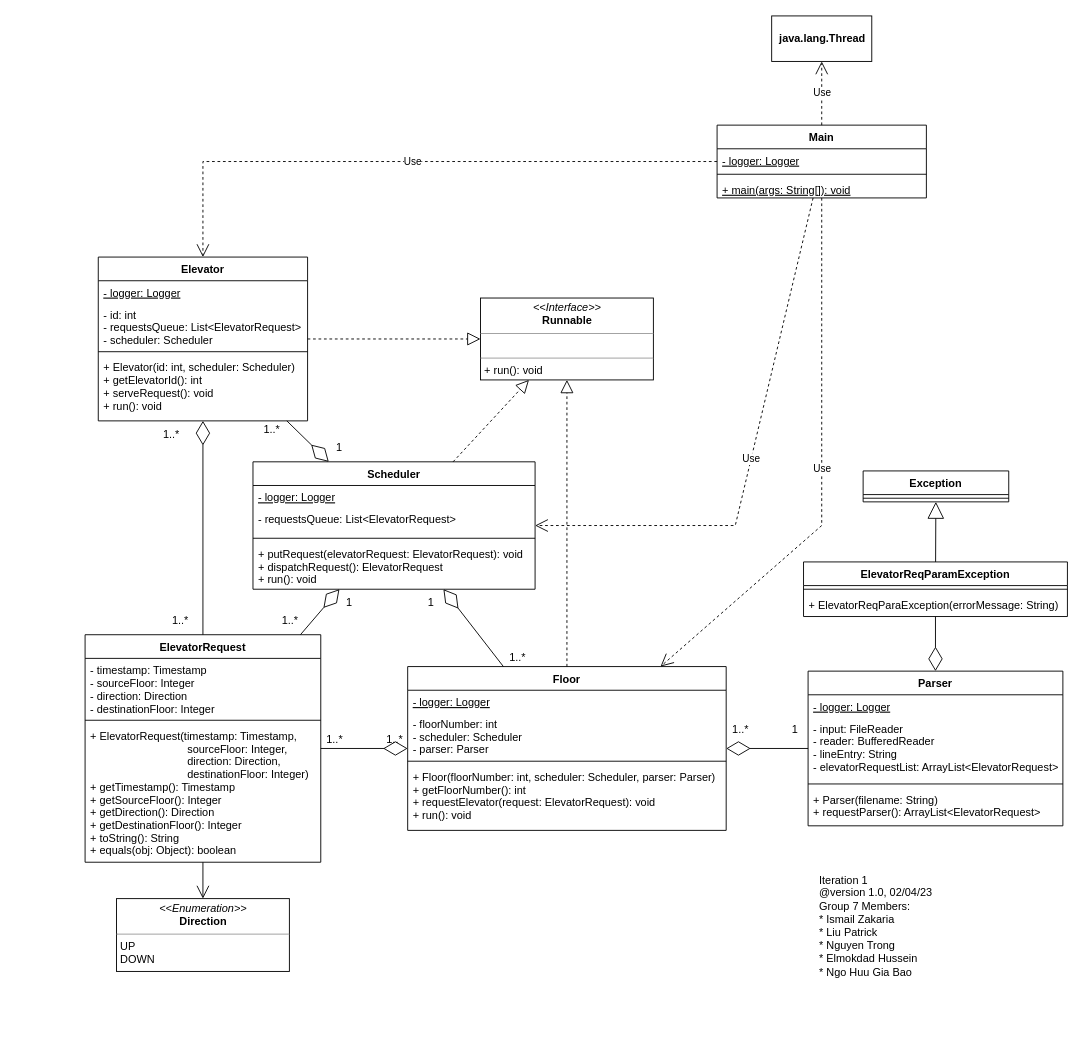
Above: page "class" (1 of 2) of documentation/P1-UML.drawio in bobbyngo/Elevator-Control-System-And-Simulator (draw.io), before the change. Source tidied: cells renumbered, new cells numbered last; positions are measured from the earlier drawing's top-left corner, leaving out a move shared by most shapes. Both pictures are drawn from the tidied source at 91%, with x=0, y=0 at pixel (85, 15).
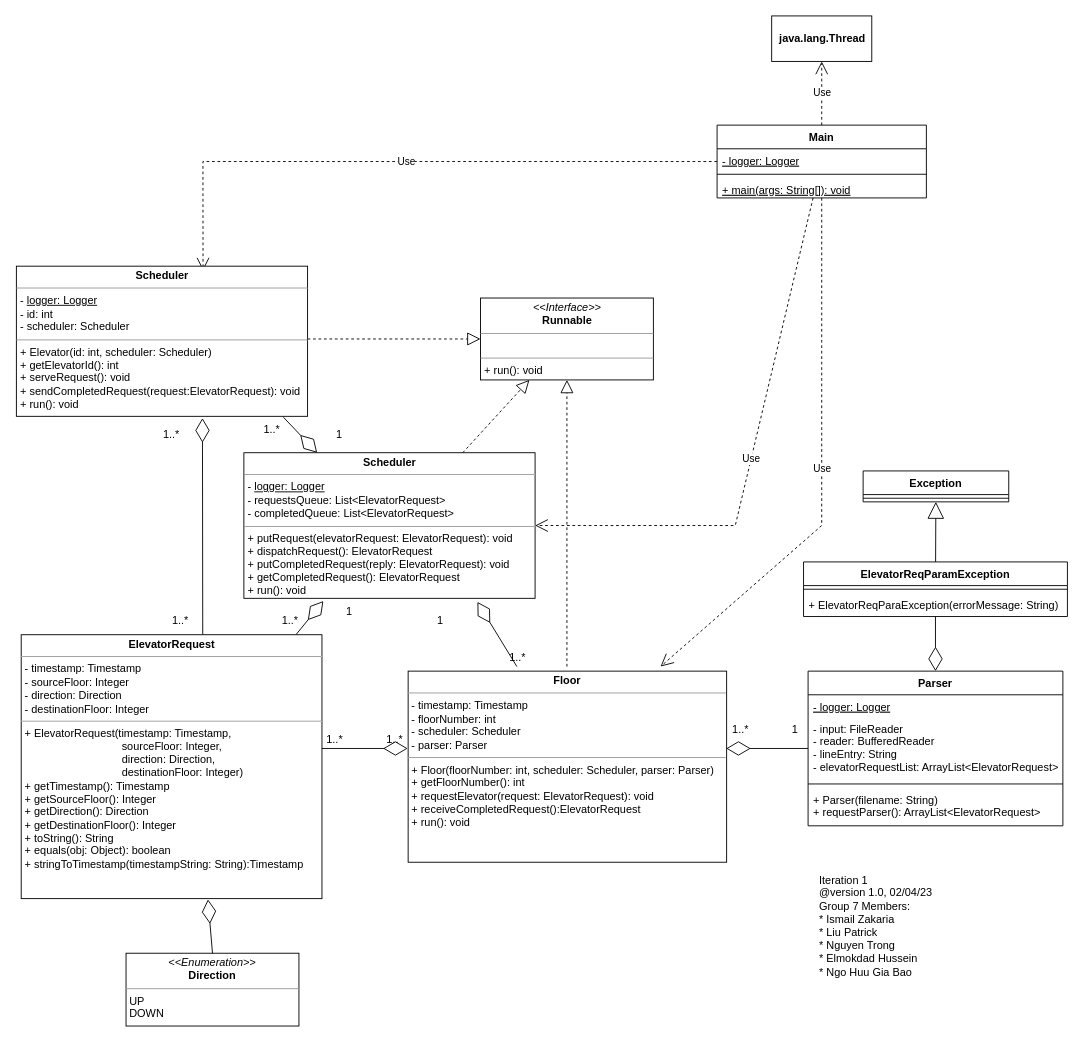
After the change.

Commit message (it also covers changes not shown here):
updated class diagram

The change refers to these unchanged cells:
```xml
<mxCell id="8" value="&lt;p style=&quot;margin:0px;margin-top:4px;text-align:center;&quot;&gt;&lt;i&gt;&amp;lt;&amp;lt;Interface&amp;gt;&amp;gt;&lt;/i&gt;&lt;br&gt;&lt;b&gt;Runnable&lt;/b&gt;&lt;/p&gt;&lt;hr size=&quot;1&quot;&gt;&lt;p style=&quot;margin:0px;margin-left:4px;&quot;&gt;&lt;br&gt;&lt;/p&gt;&lt;hr size=&quot;1&quot;&gt;&lt;p style=&quot;margin:0px;margin-left:4px;&quot;&gt;+ run(): void&lt;/p&gt;" style="verticalAlign=top;align=left;overflow=fill;fontSize=12;fontFamily=Helvetica;html=1;" parent="1" vertex="1">
  <mxGeometry x="434.5" y="310" width="190" height="90" as="geometry" />
</mxCell>
<mxCell id="9" value="Main" style="swimlane;fontStyle=1;align=center;verticalAlign=top;horizontal=1;startSize=26;" parent="1" vertex="1">
  <mxGeometry x="694.5" y="120" width="230" height="80" as="geometry" />
</mxCell>
<mxCell id="30" value="Parser" style="swimlane;fontStyle=1;align=center;verticalAlign=top;horizontal=1;startSize=26;" parent="1" vertex="1">
  <mxGeometry x="794.5" y="720" width="280" height="170" as="geometry" />
</mxCell>
```

Diff of the diagram source:
```diff
@@
-    <mxCell id="2" value="Elevator" style="swimlane;fontStyle=1;align=center;verticalAlign=top;horizontal=1;startSize=26;" parent="1" vertex="1">
-      <mxGeometry x="14.5" y="265" width="230" height="180" as="geometry" />
-    </mxCell>
-    <mxCell id="3" value="- logger: Logger" style="text;strokeColor=none;fillColor=none;align=left;verticalAlign=top;spacingLeft=4;spacingRight=4;overflow=hidden;fontStyle=4;" parent="2" vertex="1">
-      <mxGeometry y="26" width="230" height="24" as="geometry" />
-    </mxCell>
-    <mxCell id="4" value="- id: int&#10;- requestsQueue: List&lt;ElevatorRequest&gt;&#10;- scheduler: Scheduler" style="text;strokeColor=none;fillColor=none;align=left;verticalAlign=top;spacingLeft=4;spacingRight=4;overflow=hidden;" parent="2" vertex="1">
-      <mxGeometry y="50" width="230" height="50" as="geometry" />
-    </mxCell>
-    <mxCell id="5" style="line;strokeWidth=1;fillColor=none;align=left;verticalAlign=middle;spacingTop=-1;spacingLeft=3;spacingRight=3;labelPosition=right;strokeColor=inherit;" parent="2" vertex="1">
-      <mxGeometry y="100" width="230" height="8" as="geometry" />
-    </mxCell>
-    <mxCell id="6" value="+ Elevator(id: int, scheduler: Scheduler)&#10;+ getElevatorId(): int&#10;+ serveRequest(): void&#10;+ run(): void" style="text;strokeColor=none;fillColor=none;align=left;verticalAlign=top;spacingLeft=4;spacingRight=4;overflow=hidden;" parent="2" vertex="1">
-      <mxGeometry y="108" width="230" height="72" as="geometry" />
-    </mxCell>
-    <mxCell id="7" style="endArrow=block;dashed=1;endFill=0;endSize=12;html=1;rounded=0;" parent="1" edge="1" source="2" target="8">
-      <mxGeometry relative="1" as="geometry" />
+    <mxCell id="7" style="endArrow=block;dashed=1;endFill=0;endSize=12;html=1;rounded=0;" parent="1" edge="1" target="8">
+      <mxGeometry relative="1" as="geometry">
+        <mxPoint x="244.5" y="355" as="sourcePoint" />
+      </mxGeometry>
     </mxCell>
@@
     <mxCell id="13" value="&lt;p style=&quot;margin:0px;margin-top:4px;text-align:center;&quot;&gt;&lt;i&gt;&amp;lt;&amp;lt;Enumeration&amp;gt;&amp;gt;&lt;/i&gt;&lt;br&gt;&lt;b&gt;Direction&lt;/b&gt;&lt;/p&gt;&lt;hr size=&quot;1&quot;&gt;&lt;p style=&quot;margin:0px;margin-left:4px;&quot;&gt;UP&lt;/p&gt;&lt;p style=&quot;margin:0px;margin-left:4px;&quot;&gt;DOWN&lt;/p&gt;" style="verticalAlign=top;align=left;overflow=fill;fontSize=12;fontFamily=Helvetica;html=1;" parent="1" vertex="1">
-      <mxGeometry x="34.5" y="970" width="190" height="80" as="geometry" />
+      <mxGeometry x="45" y="1030" width="190" height="80" as="geometry" />
     </mxCell>
-    <mxCell id="14" value="ElevatorRequest" style="swimlane;fontStyle=1;align=center;verticalAlign=top;horizontal=1;startSize=26;" parent="1" vertex="1">
-      <mxGeometry y="680" width="259" height="250" as="geometry" />
-    </mxCell>
-    <mxCell id="15" value="- timestamp: Timestamp&#10;- sourceFloor: Integer&#10;- direction: Direction&#10;- destinationFloor: Integer" style="text;strokeColor=none;fillColor=none;align=left;verticalAlign=top;spacingLeft=4;spacingRight=4;overflow=hidden;" parent="14" vertex="1">
-      <mxGeometry y="26" width="259" height="64" as="geometry" />
-    </mxCell>
-    <mxCell id="16" style="line;strokeWidth=1;fillColor=none;align=left;verticalAlign=middle;spacingTop=-1;spacingLeft=3;spacingRight=3;labelPosition=right;strokeColor=inherit;" parent="14" vertex="1">
-      <mxGeometry y="90" width="259" height="8" as="geometry" />
-    </mxCell>
-    <mxCell id="17" value="+ ElevatorRequest(timestamp: Timestamp,&#10;                                sourceFloor: Integer,&#10;                                direction: Direction,&#10;                                destinationFloor: Integer)&#10;+ getTimestamp(): Timestamp&#10;+ getSourceFloor(): Integer&#10;+ getDirection(): Direction&#10;+ getDestinationFloor(): Integer&#10;+ toString(): String&#10;+ equals(obj: Object): boolean" style="text;strokeColor=none;fillColor=none;align=left;verticalAlign=top;spacingLeft=4;spacingRight=4;overflow=hidden;" parent="14" vertex="1">
-      <mxGeometry y="98" width="259" height="152" as="geometry" />
-    </mxCell>
@@
-    <mxCell id="24" value="Floor" style="swimlane;fontStyle=1;align=center;verticalAlign=top;horizontal=1;startSize=26;" parent="1" vertex="1">
-      <mxGeometry x="354.5" y="715" width="350" height="180" as="geometry" />
-    </mxCell>
-    <mxCell id="25" value="- logger: Logger" style="text;strokeColor=none;fillColor=none;align=left;verticalAlign=top;spacingLeft=4;spacingRight=4;overflow=hidden;fontStyle=4;" parent="24" vertex="1">
-      <mxGeometry y="26" width="350" height="24" as="geometry" />
-    </mxCell>
-    <mxCell id="26" value="- floorNumber: int&#10;- scheduler: Scheduler&#10;- parser: Parser" style="text;strokeColor=none;fillColor=none;align=left;verticalAlign=top;spacingLeft=4;spacingRight=4;overflow=hidden;" parent="24" vertex="1">
-      <mxGeometry y="50" width="350" height="50" as="geometry" />
-    </mxCell>
-    <mxCell id="27" style="line;strokeWidth=1;fillColor=none;align=left;verticalAlign=middle;spacingTop=-1;spacingLeft=3;spacingRight=3;labelPosition=right;strokeColor=inherit;" parent="24" vertex="1">
-      <mxGeometry y="100" width="350" height="8" as="geometry" />
-    </mxCell>
-    <mxCell id="28" value="+ Floor(floorNumber: int, scheduler: Scheduler, parser: Parser)&#10;+ getFloorNumber(): int&#10;+ requestElevator(request: ElevatorRequest): void&#10;+ run(): void" style="text;strokeColor=none;fillColor=none;align=left;verticalAlign=top;spacingLeft=4;spacingRight=4;overflow=hidden;" parent="24" vertex="1">
-      <mxGeometry y="108" width="350" height="72" as="geometry" />
-    </mxCell>
-    <mxCell id="29" style="endArrow=block;dashed=1;endFill=0;endSize=12;html=1;rounded=0;" parent="1" edge="1" source="24" target="8">
-      <mxGeometry relative="1" as="geometry" />
+    <mxCell id="29" style="endArrow=block;dashed=1;endFill=0;endSize=12;html=1;rounded=0;" parent="1" edge="1" target="8">
+      <mxGeometry relative="1" as="geometry">
+        <mxPoint x="529.5" y="715" as="sourcePoint" />
+      </mxGeometry>
     </mxCell>
@@
-    <mxCell id="35" value="Scheduler" style="swimlane;fontStyle=1;align=center;verticalAlign=top;horizontal=1;startSize=26;" parent="1" vertex="1">
-      <mxGeometry x="184.5" y="490" width="310" height="140" as="geometry" />
-    </mxCell>
-    <mxCell id="36" value="- logger: Logger" style="text;strokeColor=none;fillColor=none;align=left;verticalAlign=top;spacingLeft=4;spacingRight=4;overflow=hidden;fontStyle=4;" parent="35" vertex="1">
-      <mxGeometry y="26" width="310" height="24" as="geometry" />
-    </mxCell>
-    <mxCell id="37" value="- requestsQueue: List&lt;ElevatorRequest&gt;" style="text;strokeColor=none;fillColor=none;align=left;verticalAlign=top;spacingLeft=4;spacingRight=4;overflow=hidden;" parent="35" vertex="1">
-      <mxGeometry y="50" width="310" height="30" as="geometry" />
-    </mxCell>
-    <mxCell id="38" style="line;strokeWidth=1;fillColor=none;align=left;verticalAlign=middle;spacingTop=-1;spacingLeft=3;spacingRight=3;labelPosition=right;strokeColor=inherit;" parent="35" vertex="1">
-      <mxGeometry y="80" width="310" height="8" as="geometry" />
-    </mxCell>
-    <mxCell id="39" value="+ putRequest(elevatorRequest: ElevatorRequest): void&#10;+ dispatchRequest(): ElevatorRequest&#10;+ run(): void" style="text;strokeColor=none;fillColor=none;align=left;verticalAlign=top;spacingLeft=4;spacingRight=4;overflow=hidden;" parent="35" vertex="1">
-      <mxGeometry y="88" width="310" height="52" as="geometry" />
-    </mxCell>
-    <mxCell id="40" style="endArrow=block;dashed=1;endFill=0;endSize=12;html=1;rounded=0;" parent="1" edge="1" source="35" target="8">
-      <mxGeometry relative="1" as="geometry" />
+    <mxCell id="40" style="endArrow=block;dashed=1;endFill=0;endSize=12;html=1;rounded=0;" parent="1" edge="1" target="8">
+      <mxGeometry relative="1" as="geometry">
+        <mxPoint x="415" y="480" as="sourcePoint" />
+      </mxGeometry>
     </mxCell>
@@
-    <mxCell id="42" style="endArrow=diamondThin;endFill=0;endSize=24;html=1;rounded=0;" parent="1" edge="1" source="14" target="2">
-      <mxGeometry relative="1" as="geometry" />
+    <mxCell id="42" style="endArrow=diamondThin;endFill=0;endSize=24;html=1;rounded=0;entryX=0.639;entryY=1.012;entryDx=0;entryDy=0;entryPerimeter=0;" parent="1" edge="1" target="68">
+      <mxGeometry relative="1" as="geometry">
+        <mxPoint x="129.3" y="680" as="sourcePoint" />
+      </mxGeometry>
     </mxCell>
@@
-    <mxCell id="45" value="Use" style="endArrow=open;endSize=12;dashed=1;html=1;rounded=0;" parent="1" edge="1" source="9" target="2">
+    <mxCell id="45" value="Use" style="endArrow=open;endSize=12;dashed=1;html=1;rounded=0;entryX=0.641;entryY=0.03;entryDx=0;entryDy=0;entryPerimeter=0;" parent="1" edge="1" source="9" target="68">
       <mxGeometry relative="1" as="geometry">
         <Array as="points">
           <mxPoint x="129.5" y="160" />
         </Array>
       </mxGeometry>
     </mxCell>
-    <mxCell id="46" style="endArrow=diamondThin;endFill=0;endSize=24;html=1;rounded=0;" parent="1" edge="1" source="30" target="24">
-      <mxGeometry relative="1" as="geometry" />
+    <mxCell id="46" style="endArrow=diamondThin;endFill=0;endSize=24;html=1;rounded=0;" parent="1" edge="1" source="30">
+      <mxGeometry relative="1" as="geometry">
+        <mxPoint x="704.5" y="805" as="targetPoint" />
+      </mxGeometry>
     </mxCell>
-    <mxCell id="47" style="endArrow=diamondThin;endFill=0;endSize=24;html=1;rounded=0;" parent="1" edge="1" source="2" target="35">
-      <mxGeometry relative="1" as="geometry" />
+    <mxCell id="47" style="endArrow=diamondThin;endFill=0;endSize=24;html=1;rounded=0;exitX=0.917;exitY=1.006;exitDx=0;exitDy=0;exitPerimeter=0;" parent="1" edge="1" source="68">
+      <mxGeometry relative="1" as="geometry">
+        <mxPoint x="255" y="480" as="targetPoint" />
+      </mxGeometry>
     </mxCell>
-    <mxCell id="48" style="endArrow=diamondThin;endFill=0;endSize=24;html=1;rounded=0;" parent="1" edge="1" source="14" target="35">
-      <mxGeometry relative="1" as="geometry" />
+    <mxCell id="48" style="endArrow=diamondThin;endFill=0;endSize=24;html=1;rounded=0;entryX=0.273;entryY=1.019;entryDx=0;entryDy=0;entryPerimeter=0;" parent="1" edge="1" target="67">
+      <mxGeometry relative="1" as="geometry">
+        <mxPoint x="231.7" y="680" as="sourcePoint" />
+      </mxGeometry>
     </mxCell>
-    <mxCell id="49" style="endArrow=diamondThin;endFill=0;endSize=24;html=1;rounded=0;" parent="1" edge="1" source="24" target="35">
-      <mxGeometry relative="1" as="geometry" />
+    <mxCell id="49" style="endArrow=diamondThin;endFill=0;endSize=24;html=1;rounded=0;entryX=0.802;entryY=1.025;entryDx=0;entryDy=0;entryPerimeter=0;" parent="1" edge="1" target="67">
+      <mxGeometry relative="1" as="geometry">
+        <mxPoint x="474.5" y="715" as="sourcePoint" />
+      </mxGeometry>
     </mxCell>
-    <mxCell id="50" style="endArrow=diamondThin;endFill=0;endSize=24;html=1;rounded=0;" parent="1" edge="1" source="14" target="24">
-      <mxGeometry relative="1" as="geometry" />
+    <mxCell id="50" style="endArrow=diamondThin;endFill=0;endSize=24;html=1;rounded=0;" parent="1" edge="1">
+      <mxGeometry relative="1" as="geometry">
+        <mxPoint x="259" y="805" as="sourcePoint" />
+        <mxPoint x="354.5" y="805" as="targetPoint" />
+      </mxGeometry>
     </mxCell>
-    <mxCell id="51" value="Use" style="endArrow=open;endSize=12;dashed=1;html=1;rounded=0;" parent="1" edge="1" source="9" target="35">
+    <mxCell id="51" value="Use" style="endArrow=open;endSize=12;dashed=1;html=1;rounded=0;" parent="1" edge="1" source="9">
       <mxGeometry relative="1" as="geometry">
+        <mxPoint x="494.5" y="560" as="targetPoint" />
         <Array as="points">
           <mxPoint x="714.5" y="560" />
         </Array>
       </mxGeometry>
     </mxCell>
-    <mxCell id="52" value="Use" style="endArrow=open;endSize=12;dashed=1;html=1;rounded=0;" parent="1" edge="1" source="9" target="24">
+    <mxCell id="52" value="Use" style="endArrow=open;endSize=12;dashed=1;html=1;rounded=0;" parent="1" edge="1" source="9">
       <mxGeometry relative="1" as="geometry">
+        <mxPoint x="632.4" y="715" as="targetPoint" />
         <Array as="points">
           <mxPoint x="809.5" y="560" />
         </Array>
       </mxGeometry>
     </mxCell>
-    <mxCell id="53" style="endArrow=open;endFill=1;endSize=12;html=1;rounded=0;" parent="1" edge="1" source="14" target="13">
-      <mxGeometry relative="1" as="geometry" />
-    </mxCell>
@@
     <mxCell id="60" value="1" style="text;html=1;align=center;verticalAlign=middle;strokeColor=none;fillColor=none;" parent="1" vertex="1">
-      <mxGeometry x="275" y="630" width="30" height="30" as="geometry" />
+      <mxGeometry x="275" y="640" width="30" height="30" as="geometry" />
     </mxCell>
     <mxCell id="61" value="1" style="text;html=1;align=center;verticalAlign=middle;strokeColor=none;fillColor=none;" parent="1" vertex="1">
-      <mxGeometry x="365" y="630" width="30" height="30" as="geometry" />
+      <mxGeometry x="375" y="650" width="30" height="30" as="geometry" />
     </mxCell>
     <mxCell id="62" value="1" style="text;html=1;align=center;verticalAlign=middle;strokeColor=none;fillColor=none;" parent="1" vertex="1">
-      <mxGeometry x="264" y="460" width="30" height="30" as="geometry" />
+      <mxGeometry x="264" y="445" width="30" height="30" as="geometry" />
     </mxCell>
@@
+    <mxCell id="67" value="&lt;p style=&quot;margin:0px;margin-top:4px;text-align:center;&quot;&gt;&lt;b&gt;Scheduler&lt;/b&gt;&lt;br&gt;&lt;/p&gt;&lt;hr size=&quot;1&quot;&gt;&lt;p style=&quot;margin:0px;margin-left:4px;&quot;&gt;- &lt;u&gt;logger: Logger&lt;/u&gt;&lt;br&gt;&lt;/p&gt;&lt;p style=&quot;margin:0px;margin-left:4px;&quot;&gt;- requestsQueue: List&amp;lt;ElevatorRequest&amp;gt;&lt;br&gt;&lt;/p&gt;&lt;p style=&quot;margin:0px;margin-left:4px;&quot;&gt;- completedQueue: List&amp;lt;ElevatorRequest&amp;gt;&lt;br&gt;&lt;/p&gt;&lt;hr size=&quot;1&quot;&gt;&lt;p style=&quot;margin:0px;margin-left:4px;&quot;&gt;+ putRequest(elevatorRequest: ElevatorRequest): void&lt;/p&gt;&lt;p style=&quot;margin:0px;margin-left:4px;&quot;&gt;+ dispatchRequest(): ElevatorRequest&lt;/p&gt;&lt;p style=&quot;margin:0px;margin-left:4px;&quot;&gt;+ putCompletedRequest(reply: ElevatorRequest): void&lt;/p&gt;&lt;p style=&quot;margin:0px;margin-left:4px;&quot;&gt;+ getCompletedRequest(): ElevatorRequest&lt;br style=&quot;border-color: var(--border-color); padding: 0px; margin: 0px;&quot;&gt;+ run(): void&lt;br&gt;&lt;/p&gt;" style="verticalAlign=top;align=left;overflow=fill;fontSize=12;fontFamily=Helvetica;html=1;" parent="1" vertex="1">
+      <mxGeometry x="174.5" y="480" width="320" height="160" as="geometry" />
+    </mxCell>
+    <mxCell id="68" value="&lt;p style=&quot;margin:0px;margin-top:4px;text-align:center;&quot;&gt;&lt;b&gt;Scheduler&lt;/b&gt;&lt;br&gt;&lt;/p&gt;&lt;hr size=&quot;1&quot;&gt;&lt;p style=&quot;margin:0px;margin-left:4px;&quot;&gt;- &lt;u&gt;logger: Logger&lt;/u&gt;&lt;br&gt;&lt;/p&gt;&lt;p style=&quot;margin:0px;margin-left:4px;&quot;&gt;- id: int&lt;br style=&quot;border-color: var(--border-color); padding: 0px; margin: 0px;&quot;&gt;- scheduler: Scheduler&lt;br&gt;&lt;/p&gt;&lt;hr size=&quot;1&quot;&gt;&lt;p style=&quot;margin:0px;margin-left:4px;&quot;&gt;+ Elevator(id: int, scheduler: Scheduler)&lt;br style=&quot;border-color: var(--border-color); padding: 0px; margin: 0px;&quot;&gt;+ getElevatorId(): int&lt;br style=&quot;border-color: var(--border-color); padding: 0px; margin: 0px;&quot;&gt;+ serveRequest(): void&lt;/p&gt;&lt;p style=&quot;margin:0px;margin-left:4px;&quot;&gt;+ sendCompletedRequest(request:ElevatorRequest): void&lt;br style=&quot;border-color: var(--border-color); padding: 0px; margin: 0px;&quot;&gt;+ run(): void&lt;br&gt;&lt;/p&gt;" style="verticalAlign=top;align=left;overflow=fill;fontSize=12;fontFamily=Helvetica;html=1;" parent="1" vertex="1">
+      <mxGeometry x="-75.5" y="275" width="320" height="165" as="geometry" />
+    </mxCell>
+    <mxCell id="69" value="&lt;p style=&quot;margin:0px;margin-top:4px;text-align:center;&quot;&gt;&lt;b&gt;ElevatorRequest&lt;/b&gt;&lt;br&gt;&lt;/p&gt;&lt;hr size=&quot;1&quot;&gt;&lt;p style=&quot;margin:0px;margin-left:4px;&quot;&gt;- timestamp: Timestamp&lt;br style=&quot;border-color: var(--border-color); padding: 0px; margin: 0px;&quot;&gt;- sourceFloor: Integer&lt;br style=&quot;border-color: var(--border-color); padding: 0px; margin: 0px;&quot;&gt;- direction: Direction&lt;br style=&quot;border-color: var(--border-color); padding: 0px; margin: 0px;&quot;&gt;- destinationFloor: Integer&lt;br&gt;&lt;/p&gt;&lt;hr size=&quot;1&quot;&gt;&lt;p style=&quot;margin:0px;margin-left:4px;&quot;&gt;+ ElevatorRequest(timestamp: Timestamp,&lt;br style=&quot;border-color: var(--border-color); padding: 0px; margin: 0px;&quot;&gt;&amp;nbsp;&amp;nbsp;&amp;nbsp;&amp;nbsp;&amp;nbsp;&amp;nbsp;&amp;nbsp;&amp;nbsp;&amp;nbsp;&amp;nbsp;&amp;nbsp;&amp;nbsp;&amp;nbsp;&amp;nbsp;&amp;nbsp;&amp;nbsp;&amp;nbsp;&amp;nbsp;&amp;nbsp;&amp;nbsp;&amp;nbsp;&amp;nbsp;&amp;nbsp;&amp;nbsp;&amp;nbsp;&amp;nbsp;&amp;nbsp;&amp;nbsp;&amp;nbsp;&amp;nbsp;&amp;nbsp;&amp;nbsp;sourceFloor: Integer,&lt;br style=&quot;border-color: var(--border-color); padding: 0px; margin: 0px;&quot;&gt;&amp;nbsp;&amp;nbsp;&amp;nbsp;&amp;nbsp;&amp;nbsp;&amp;nbsp;&amp;nbsp;&amp;nbsp;&amp;nbsp;&amp;nbsp;&amp;nbsp;&amp;nbsp;&amp;nbsp;&amp;nbsp;&amp;nbsp;&amp;nbsp;&amp;nbsp;&amp;nbsp;&amp;nbsp;&amp;nbsp;&amp;nbsp;&amp;nbsp;&amp;nbsp;&amp;nbsp;&amp;nbsp;&amp;nbsp;&amp;nbsp;&amp;nbsp;&amp;nbsp;&amp;nbsp;&amp;nbsp;&amp;nbsp;direction: Direction,&lt;br style=&quot;border-color: var(--border-color); padding: 0px; margin: 0px;&quot;&gt;&amp;nbsp;&amp;nbsp;&amp;nbsp;&amp;nbsp;&amp;nbsp;&amp;nbsp;&amp;nbsp;&amp;nbsp;&amp;nbsp;&amp;nbsp;&amp;nbsp;&amp;nbsp;&amp;nbsp;&amp;nbsp;&amp;nbsp;&amp;nbsp;&amp;nbsp;&amp;nbsp;&amp;nbsp;&amp;nbsp;&amp;nbsp;&amp;nbsp;&amp;nbsp;&amp;nbsp;&amp;nbsp;&amp;nbsp;&amp;nbsp;&amp;nbsp;&amp;nbsp;&amp;nbsp;&amp;nbsp;&amp;nbsp;destinationFloor: Integer)&lt;br style=&quot;border-color: var(--border-color); padding: 0px; margin: 0px;&quot;&gt;+ getTimestamp(): Timestamp&lt;br style=&quot;border-color: var(--border-color); padding: 0px; margin: 0px;&quot;&gt;+ getSourceFloor(): Integer&lt;br style=&quot;border-color: var(--border-color); padding: 0px; margin: 0px;&quot;&gt;+ getDirection(): Direction&lt;br style=&quot;border-color: var(--border-color); padding: 0px; margin: 0px;&quot;&gt;+ getDestinationFloor(): Integer&lt;br style=&quot;border-color: var(--border-color); padding: 0px; margin: 0px;&quot;&gt;+ toString(): String&lt;br style=&quot;border-color: var(--border-color); padding: 0px; margin: 0px;&quot;&gt;+ equals(obj: Object): boolean&lt;/p&gt;&lt;p style=&quot;margin:0px;margin-left:4px;&quot;&gt;+ stringToTimestamp(timestampString: String):Timestamp&lt;/p&gt;&lt;div style=&quot;border-color: var(--border-color); padding: 0px; margin: 0px;&quot;&gt;&lt;br style=&quot;border-color: var(--border-color); padding: 0px; margin: 0px;&quot;&gt;&lt;/div&gt;" style="verticalAlign=top;align=left;overflow=fill;fontSize=12;fontFamily=Helvetica;html=1;" parent="1" vertex="1">
+      <mxGeometry x="-70.2" y="680" width="330.5" height="290" as="geometry" />
+    </mxCell>
+    <mxCell id="70" style="endArrow=diamondThin;endFill=0;endSize=24;html=1;rounded=0;entryX=0.621;entryY=1.003;entryDx=0;entryDy=0;entryPerimeter=0;exitX=0.5;exitY=0;exitDx=0;exitDy=0;" parent="1" edge="1" source="13" target="69">
+      <mxGeometry relative="1" as="geometry" />
+    </mxCell>
+    <mxCell id="71" value="&lt;p style=&quot;margin:0px;margin-top:4px;text-align:center;&quot;&gt;&lt;b&gt;Floor&lt;/b&gt;&lt;br&gt;&lt;/p&gt;&lt;hr size=&quot;1&quot;&gt;&lt;p style=&quot;margin:0px;margin-left:4px;&quot;&gt;- timestamp: Timestamp&lt;br style=&quot;border-color: var(--border-color); padding: 0px; margin: 0px;&quot;&gt;- floorNumber: int&lt;br style=&quot;border-color: var(--border-color); padding: 0px; margin: 0px;&quot;&gt;- scheduler: Scheduler&lt;br style=&quot;border-color: var(--border-color); padding: 0px; margin: 0px;&quot;&gt;- parser: Parser&lt;br&gt;&lt;/p&gt;&lt;hr size=&quot;1&quot;&gt;&lt;p style=&quot;margin:0px;margin-left:4px;&quot;&gt;+ Floor(floorNumber: int, scheduler: Scheduler, parser: Parser)&lt;br style=&quot;border-color: var(--border-color); padding: 0px; margin: 0px;&quot;&gt;+ getFloorNumber(): int&lt;br style=&quot;border-color: var(--border-color); padding: 0px; margin: 0px;&quot;&gt;+ requestElevator(request: ElevatorRequest): void&lt;/p&gt;&lt;p style=&quot;margin:0px;margin-left:4px;&quot;&gt;+ receiveCompletedRequest():ElevatorRequest&lt;br style=&quot;border-color: var(--border-color); padding: 0px; margin: 0px;&quot;&gt;+ run(): void&lt;br&gt;&lt;/p&gt;&lt;div style=&quot;border-color: var(--border-color); padding: 0px; margin: 0px;&quot;&gt;&lt;br style=&quot;border-color: var(--border-color); padding: 0px; margin: 0px;&quot;&gt;&lt;/div&gt;" style="verticalAlign=top;align=left;overflow=fill;fontSize=12;fontFamily=Helvetica;html=1;" parent="1" vertex="1">
+      <mxGeometry x="355" y="720" width="350" height="210" as="geometry" />
+    </mxCell>
```
